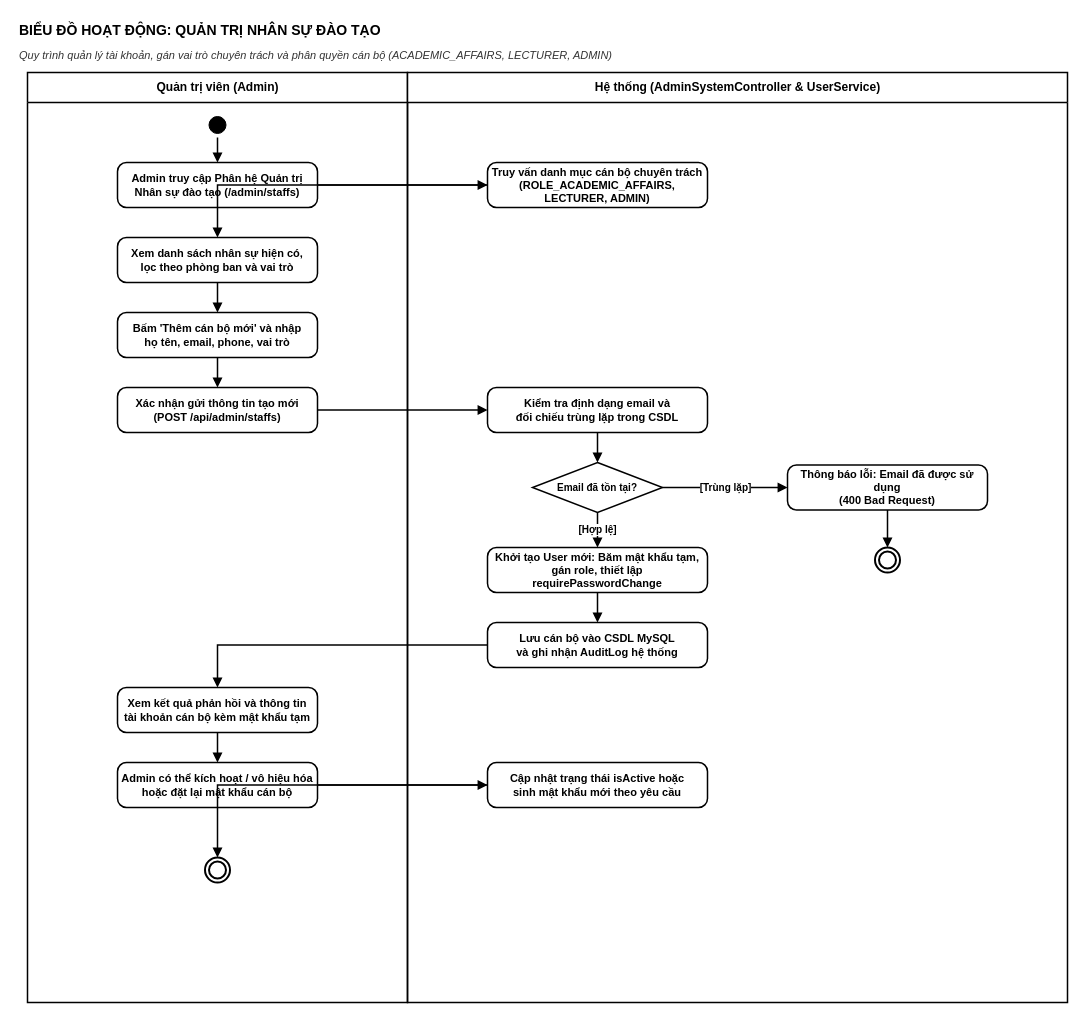
This is page "22. Quản lý Nhân sự Đào tạo" (22 of 23) of drawio/Activity_Diagrams.drawio from DevMarkie/DoAnChuyenNganh, a draw.io file, before an edit. Source tidied: cells renumbered, new cells numbered last; positions are measured from the earlier drawing's top-left corner, leaving out a move shared by most shapes. Both pictures are drawn from the tidied source at 100%, with x=0, y=0 at pixel (17, 17).
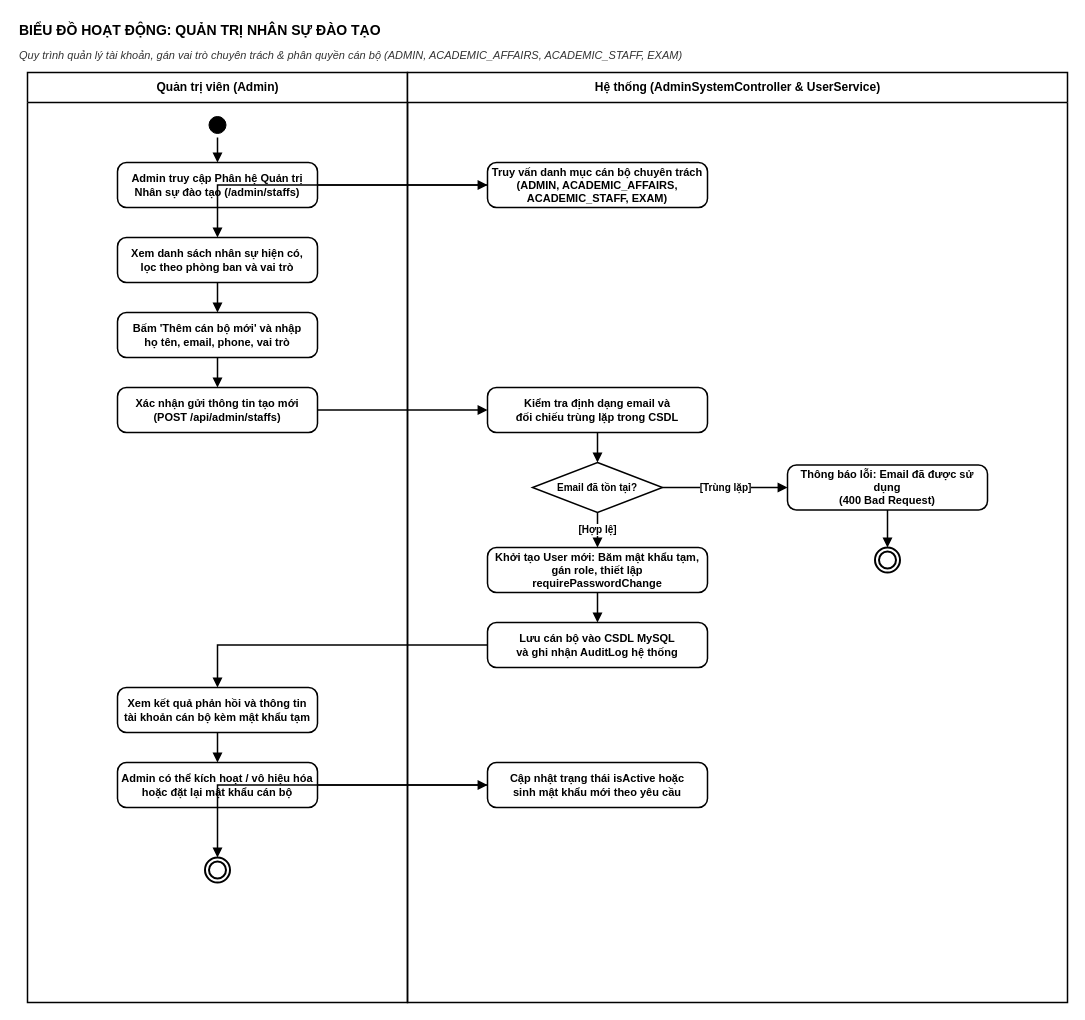
The same diagram, later.

The edit, as a diff of the source:
```diff
@@
-    <mxCell id="3" value="Quy trình quản lý tài khoản, gán vai trò chuyên trách và phân quyền cán bộ (ACADEMIC_AFFAIRS, LECTURER, ADMIN)" style="text;html=1;strokeColor=none;fillColor=none;align=left;verticalAlign=middle;whiteSpace=wrap;rounded=0;fontStyle=2;fontSize=11;fontColor=#333333;" parent="1" vertex="1">
+    <mxCell id="3" value="Quy trình quản lý tài khoản, gán vai trò chuyên trách &amp; phân quyền cán bộ (ADMIN, ACADEMIC_AFFAIRS, ACADEMIC_STAFF, EXAM)" style="text;html=1;strokeColor=none;fillColor=none;align=left;verticalAlign=middle;whiteSpace=wrap;rounded=0;fontStyle=2;fontSize=11;fontColor=#333333;" parent="1" vertex="1">
       <mxGeometry y="28" width="950" height="20" as="geometry" />
     </mxCell>
@@
-    <mxCell id="14" value="Truy vấn danh mục cán bộ chuyên trách&#10;(ROLE_ACADEMIC_AFFAIRS, LECTURER, ADMIN)" style="rounded=1;whiteSpace=wrap;html=1;arcSize=20;fillColor=#ffffff;strokeColor=#000000;strokeWidth=1.5;fontStyle=1;fontSize=11;fontColor=#000000;spacing=4;" parent="1" vertex="1">
+    <mxCell id="14" value="Truy vấn danh mục cán bộ chuyên trách&#10;(ADMIN, ACADEMIC_AFFAIRS, ACADEMIC_STAFF, EXAM)" style="rounded=1;whiteSpace=wrap;html=1;arcSize=20;fillColor=#ffffff;strokeColor=#000000;strokeWidth=1.5;fontStyle=1;fontSize=11;fontColor=#000000;spacing=4;" parent="1" vertex="1">
       <mxGeometry x="470" y="145" width="220" height="45" as="geometry" />
     </mxCell>
```
